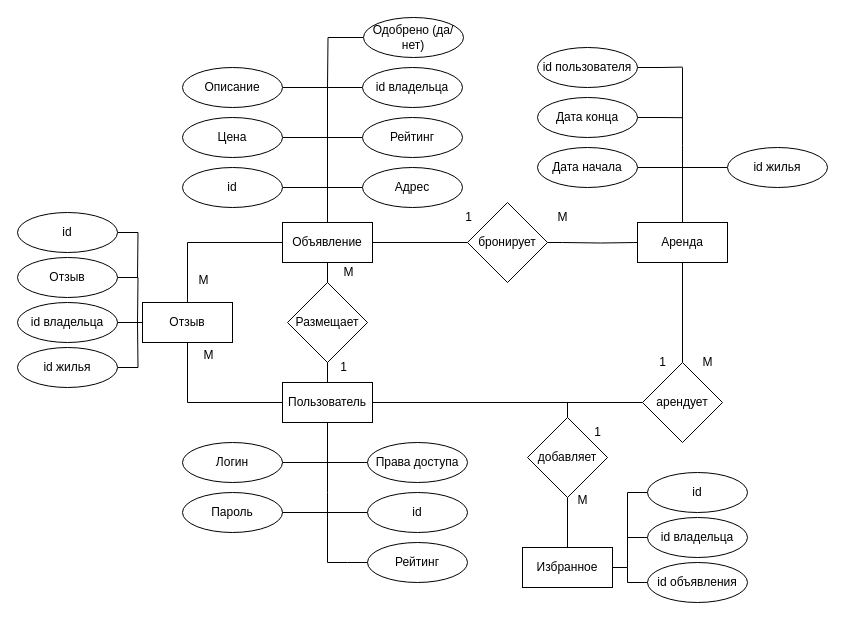
The draw.io diagram page "ER" (2 of 5) of doc/diagrams.drawio in Pangolierchick/IU7-WEB, before the edit. Source tidied: cells renumbered, new cells numbered last; positions are measured from the earlier drawing's top-left corner, leaving out a move shared by most shapes. Both pictures are drawn from the tidied source at 100%, with x=0, y=0 at pixel (17, 17).
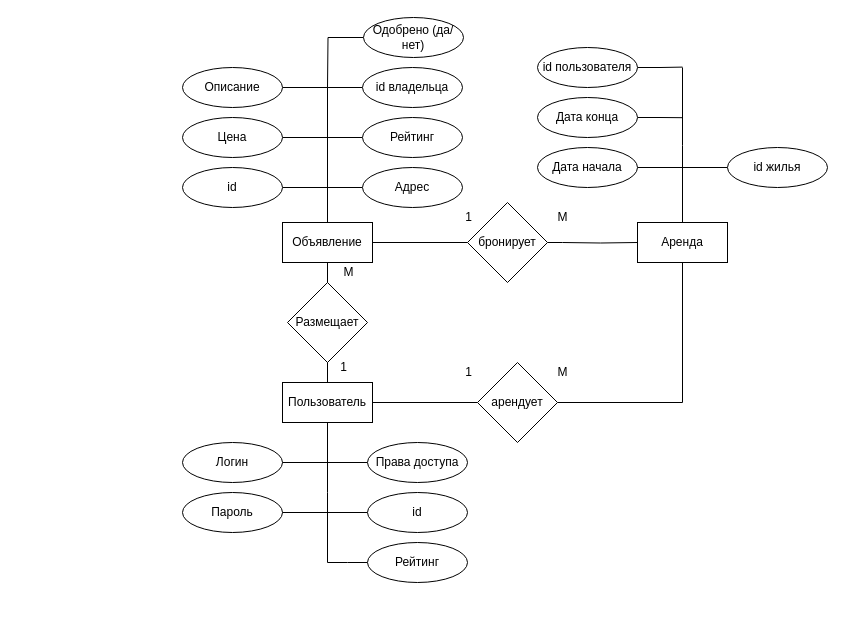
After the change.

The change refers to these unchanged cells:
```xml
<mxCell id="4" value="Объявление" style="rounded=0;whiteSpace=wrap;html=1;" parent="1" vertex="1">
  <mxGeometry x="265" y="205" width="90" height="40" as="geometry" />
</mxCell>
<mxCell id="19" value="Пользователь" style="rounded=0;whiteSpace=wrap;html=1;" parent="1" vertex="1">
  <mxGeometry x="265" y="365" width="90" height="40" as="geometry" />
</mxCell>
<mxCell id="34" value="Аренда" style="rounded=0;whiteSpace=wrap;html=1;" parent="1" vertex="1">
  <mxGeometry x="620" y="205" width="90" height="40" as="geometry" />
</mxCell>
```

Diff of the diagram source:
```diff
@@
-    <mxCell id="44" style="edgeStyle=orthogonalEdgeStyle;rounded=0;jettySize=auto;html=1;exitX=0.5;exitY=0;exitDx=0;exitDy=0;entryX=0.5;entryY=1;entryDx=0;entryDy=0;endArrow=none;endFill=0;" parent="1" edge="1" source="45" target="34">
+    <mxCell id="44" style="edgeStyle=orthogonalEdgeStyle;rounded=0;jettySize=auto;html=1;exitX=1;exitY=0.5;exitDx=0;exitDy=0;entryX=0.5;entryY=1;entryDx=0;entryDy=0;endArrow=none;endFill=0;" parent="1" edge="1" source="45" target="34">
       <mxGeometry relative="1" as="geometry" />
     </mxCell>
     <mxCell id="45" value="арендует" style="rhombus;whiteSpace=wrap;html=1;rounded=0;" parent="1" vertex="1">
-      <mxGeometry x="625" y="345" width="80" height="80" as="geometry" />
+      <mxGeometry x="460" y="345" width="80" height="80" as="geometry" />
     </mxCell>
     <mxCell id="46" value="1" style="text;html=1;align=center;verticalAlign=middle;strokeColor=none;fillColor=none;" parent="1" vertex="1">
-      <mxGeometry x="630" y="330" width="30" height="30" as="geometry" />
+      <mxGeometry x="436" y="340" width="30" height="30" as="geometry" />
     </mxCell>
     <mxCell id="47" value="М" style="text;html=1;align=center;verticalAlign=middle;strokeColor=none;fillColor=none;" parent="1" vertex="1">
-      <mxGeometry x="675" y="330" width="30" height="30" as="geometry" />
+      <mxGeometry x="530" y="340" width="30" height="30" as="geometry" />
     </mxCell>
@@
-    <mxCell id="53" style="edgeStyle=orthogonalEdgeStyle;rounded=0;jettySize=auto;html=1;exitX=0.5;exitY=0;exitDx=0;exitDy=0;entryX=0;entryY=0.5;entryDx=0;entryDy=0;endArrow=none;endFill=0;" parent="1" edge="1" source="56" target="4">
-      <mxGeometry relative="1" as="geometry" />
-    </mxCell>
-    <mxCell id="54" style="edgeStyle=orthogonalEdgeStyle;rounded=0;jettySize=auto;html=1;exitX=0.5;exitY=1;exitDx=0;exitDy=0;entryX=0;entryY=0.5;entryDx=0;entryDy=0;endArrow=none;endFill=0;" parent="1" edge="1" source="56" target="19">
-      <mxGeometry relative="1" as="geometry" />
-    </mxCell>
-    <mxCell id="55" style="edgeStyle=orthogonalEdgeStyle;rounded=0;jettySize=auto;html=1;exitX=0;exitY=0.5;exitDx=0;exitDy=0;endArrow=none;endFill=0;" parent="1" edge="1" source="56">
-      <mxGeometry relative="1" as="geometry">
-        <mxPoint x="105" y="305" as="targetPoint" />
-        <Array as="points">
-          <mxPoint x="95" y="305" />
-          <mxPoint x="95" y="305" />
-        </Array>
-      </mxGeometry>
-    </mxCell>
-    <mxCell id="56" value="Отзыв" style="rounded=0;whiteSpace=wrap;html=1;" parent="1" vertex="1">
-      <mxGeometry x="125" y="285" width="90" height="40" as="geometry" />
-    </mxCell>
-    <mxCell id="57" value="М" style="text;html=1;align=center;verticalAlign=middle;strokeColor=none;fillColor=none;" parent="1" vertex="1">
-      <mxGeometry x="171" y="248" width="30" height="30" as="geometry" />
-    </mxCell>
-    <mxCell id="58" value="М" style="text;html=1;align=center;verticalAlign=middle;strokeColor=none;fillColor=none;" parent="1" vertex="1">
-      <mxGeometry x="176" y="323" width="30" height="30" as="geometry" />
-    </mxCell>
-    <mxCell id="59" style="edgeStyle=orthogonalEdgeStyle;rounded=0;jettySize=auto;html=1;exitX=1;exitY=0.5;exitDx=0;exitDy=0;endArrow=none;endFill=0;" parent="1" edge="1" source="60">
-      <mxGeometry relative="1" as="geometry">
-        <mxPoint x="120" y="260" as="targetPoint" />
-      </mxGeometry>
-    </mxCell>
-    <mxCell id="60" value="id" style="ellipse;whiteSpace=wrap;html=1;" parent="1" vertex="1">
-      <mxGeometry y="195" width="100" height="40" as="geometry" />
-    </mxCell>
-    <mxCell id="61" style="edgeStyle=orthogonalEdgeStyle;rounded=0;jettySize=auto;html=1;exitX=1;exitY=0.5;exitDx=0;exitDy=0;endArrow=none;endFill=0;" parent="1" edge="1" source="62">
-      <mxGeometry relative="1" as="geometry">
-        <mxPoint x="120" y="305" as="targetPoint" />
-      </mxGeometry>
-    </mxCell>
-    <mxCell id="62" value="Отзыв" style="ellipse;whiteSpace=wrap;html=1;" parent="1" vertex="1">
-      <mxGeometry y="240" width="100" height="40" as="geometry" />
-    </mxCell>
-    <mxCell id="63" value="id владельца" style="ellipse;whiteSpace=wrap;html=1;" parent="1" vertex="1">
-      <mxGeometry y="285" width="100" height="40" as="geometry" />
-    </mxCell>
-    <mxCell id="64" style="edgeStyle=orthogonalEdgeStyle;rounded=0;jettySize=auto;html=1;exitX=1;exitY=0.5;exitDx=0;exitDy=0;endArrow=none;endFill=0;" parent="1" edge="1" source="65">
-      <mxGeometry relative="1" as="geometry">
-        <mxPoint x="120" y="305" as="targetPoint" />
-      </mxGeometry>
-    </mxCell>
-    <mxCell id="65" value="id жилья" style="ellipse;whiteSpace=wrap;html=1;" parent="1" vertex="1">
-      <mxGeometry y="330" width="100" height="40" as="geometry" />
-    </mxCell>
-    <mxCell id="66" style="edgeStyle=orthogonalEdgeStyle;rounded=0;jettySize=auto;html=1;exitX=1;exitY=0.5;exitDx=0;exitDy=0;endArrow=none;endFill=0;" parent="1" edge="1" source="67">
-      <mxGeometry relative="1" as="geometry">
-        <mxPoint x="610" y="550" as="targetPoint" />
-      </mxGeometry>
-    </mxCell>
-    <mxCell id="67" value="Избранное" style="rounded=0;whiteSpace=wrap;html=1;" parent="1" vertex="1">
-      <mxGeometry x="505" y="530" width="90" height="40" as="geometry" />
-    </mxCell>
-    <mxCell id="68" style="edgeStyle=orthogonalEdgeStyle;rounded=0;jettySize=auto;html=1;exitX=0.5;exitY=1;exitDx=0;exitDy=0;entryX=0.5;entryY=0;entryDx=0;entryDy=0;endArrow=none;endFill=0;" parent="1" edge="1" source="70" target="67">
-      <mxGeometry relative="1" as="geometry" />
-    </mxCell>
-    <mxCell id="69" style="edgeStyle=orthogonalEdgeStyle;rounded=0;jettySize=auto;html=1;exitX=0.5;exitY=0;exitDx=0;exitDy=0;endArrow=none;endFill=0;" parent="1" edge="1" source="70">
-      <mxGeometry relative="1" as="geometry">
-        <mxPoint x="550" y="385" as="targetPoint" />
-      </mxGeometry>
-    </mxCell>
-    <mxCell id="70" value="добавляет" style="rhombus;whiteSpace=wrap;html=1;" parent="1" vertex="1">
-      <mxGeometry x="510" y="400" width="80" height="80" as="geometry" />
-    </mxCell>
-    <mxCell id="71" value="1" style="text;html=1;align=center;verticalAlign=middle;strokeColor=none;fillColor=none;" parent="1" vertex="1">
-      <mxGeometry x="565" y="400" width="30" height="30" as="geometry" />
-    </mxCell>
-    <mxCell id="72" value="М" style="text;html=1;align=center;verticalAlign=middle;strokeColor=none;fillColor=none;" parent="1" vertex="1">
-      <mxGeometry x="550" y="468" width="30" height="30" as="geometry" />
-    </mxCell>
-    <mxCell id="73" style="edgeStyle=orthogonalEdgeStyle;rounded=0;jettySize=auto;html=1;exitX=0;exitY=0.5;exitDx=0;exitDy=0;endArrow=none;endFill=0;" parent="1" edge="1" source="74">
-      <mxGeometry relative="1" as="geometry">
-        <mxPoint x="610" y="550" as="targetPoint" />
-      </mxGeometry>
-    </mxCell>
-    <mxCell id="74" value="id" style="ellipse;whiteSpace=wrap;html=1;" parent="1" vertex="1">
-      <mxGeometry x="630" y="455" width="100" height="40" as="geometry" />
-    </mxCell>
-    <mxCell id="75" style="edgeStyle=orthogonalEdgeStyle;rounded=0;jettySize=auto;html=1;exitX=0;exitY=0.5;exitDx=0;exitDy=0;endArrow=none;endFill=0;" parent="1" edge="1" source="76">
-      <mxGeometry relative="1" as="geometry">
-        <mxPoint x="610" y="520" as="targetPoint" />
-      </mxGeometry>
-    </mxCell>
-    <mxCell id="76" value="id владельца" style="ellipse;whiteSpace=wrap;html=1;" parent="1" vertex="1">
-      <mxGeometry x="630" y="500" width="100" height="40" as="geometry" />
-    </mxCell>
-    <mxCell id="77" style="edgeStyle=orthogonalEdgeStyle;rounded=0;jettySize=auto;html=1;exitX=0;exitY=0.5;exitDx=0;exitDy=0;endArrow=none;endFill=0;" parent="1" edge="1" source="78">
-      <mxGeometry relative="1" as="geometry">
-        <mxPoint x="610" y="550" as="targetPoint" />
-      </mxGeometry>
-    </mxCell>
-    <mxCell id="78" value="id объявления" style="ellipse;whiteSpace=wrap;html=1;" parent="1" vertex="1">
-      <mxGeometry x="630" y="545" width="100" height="40" as="geometry" />
-    </mxCell>
```
